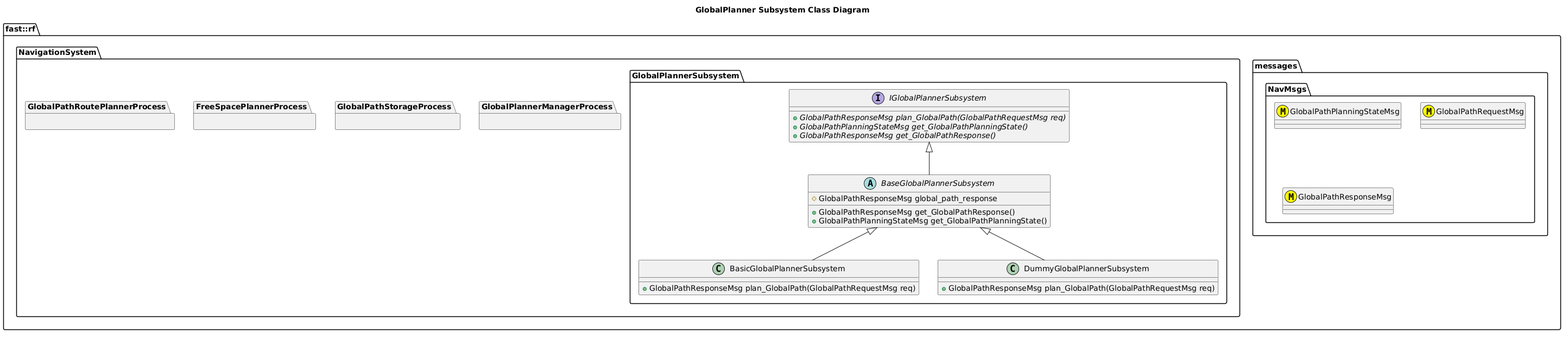
The PlantUML diagram Systems/Navigation/Subsystems/GlobalPlanner/doc/puml/GlobalPlannerSubsystemClassDiagram.png in fastrobotics/robot_framework, before a commit. Its diagram source:
```plantuml
@startuml
title GlobalPlanner Subsystem Class Diagram
namespace fast::rf {
  namespace messages {
    namespace NavMsgs {
      class GlobalPathPlanningStateMsg <<(M,#FFFF00)>>
      class GlobalPathRequestMsg <<(M,#FFFF00)>>
      class GlobalPathResponseMsg <<(M,#FFFF00)>>
    }
  }
  namespace NavigationSystem {
    namespace GlobalPlannerSubsystem {
      interface IGlobalPlannerSubsystem {
        +{abstract} GlobalPathResponseMsg plan_GlobalPath(GlobalPathRequestMsg req)
        +{abstract} GlobalPathPlanningStateMsg get_GlobalPathPlanningState()
        +{abstract} GlobalPathResponseMsg get_GlobalPathResponse()

      }
      abstract BaseGlobalPlannerSubsystem {
        +GlobalPathResponseMsg get_GlobalPathResponse()
        +GlobalPathPlanningStateMsg get_GlobalPathPlanningState()
        #GlobalPathResponseMsg global_path_response

      }
      BaseGlobalPlannerSubsystem -up-|> IGlobalPlannerSubsystem
      class BasicGlobalPlannerSubsystem {
        +GlobalPathResponseMsg plan_GlobalPath(GlobalPathRequestMsg req)
      }
      BasicGlobalPlannerSubsystem -up-|> BaseGlobalPlannerSubsystem
      class DummyGlobalPlannerSubsystem {
        +GlobalPathResponseMsg plan_GlobalPath(GlobalPathRequestMsg req)
      }
      DummyGlobalPlannerSubsystem -up-|> BaseGlobalPlannerSubsystem
    }
    package GlobalPlannerManagerProcess {

    }
    package GlobalPathStorageProcess {

    }
    package FreeSpacePlannerProcess {

    }
    package GlobalPathRoutePlannerProcess {

    }
  }
}
@enduml
```
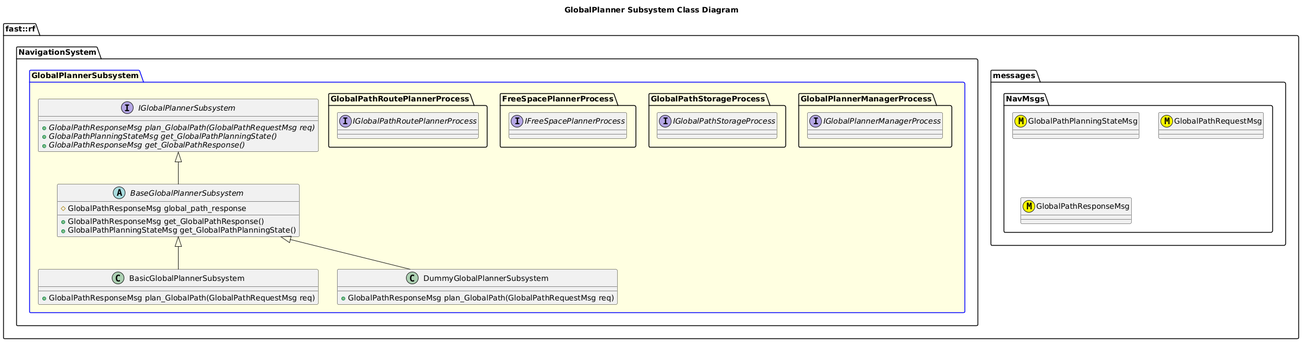
The same diagram one commit later.

The edit, as a diff of the source:
```diff
@@ -9,7 +9,7 @@
     }
   }
   namespace NavigationSystem {
-    namespace GlobalPlannerSubsystem {
+    package GlobalPlannerSubsystem #LightYellow;line:blue {
       interface IGlobalPlannerSubsystem {
         +{abstract} GlobalPathResponseMsg plan_GlobalPath(GlobalPathRequestMsg req)
         +{abstract} GlobalPathPlanningStateMsg get_GlobalPathPlanningState()
@@ -31,19 +31,19 @@
         +GlobalPathResponseMsg plan_GlobalPath(GlobalPathRequestMsg req)
       }
       DummyGlobalPlannerSubsystem -up-|> BaseGlobalPlannerSubsystem
+      namespace GlobalPlannerManagerProcess {
+        interface IGlobalPlannerManagerProcess
+      }
+      namespace GlobalPathStorageProcess {
+        interface IGlobalPathStorageProcess
+      }
+      namespace FreeSpacePlannerProcess {
+        interface IFreeSpacePlannerProcess
+      }
+      namespace GlobalPathRoutePlannerProcess {
+        interface IGlobalPathRoutePlannerProcess
+      }
     }
-    package GlobalPlannerManagerProcess {
 
-    }
-    package GlobalPathStorageProcess {
-
-    }
-    package FreeSpacePlannerProcess {
-
-    }
-    package GlobalPathRoutePlannerProcess {
-
-    }
-  }
 }
 @enduml
```
